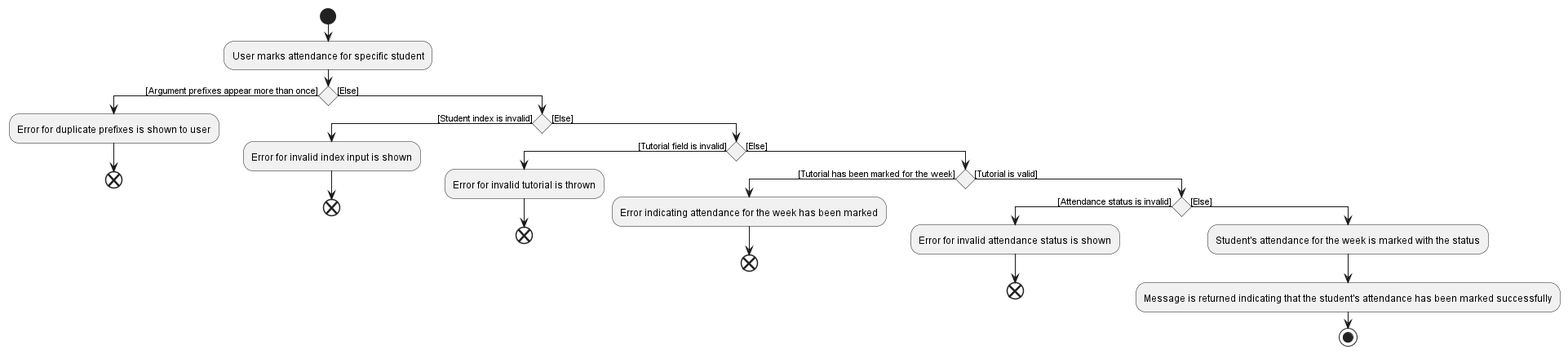
Above: docs/images/MarkAttendanceActivityDiagram.png in proto-aiken-13/tp (PlantUML), before the change.
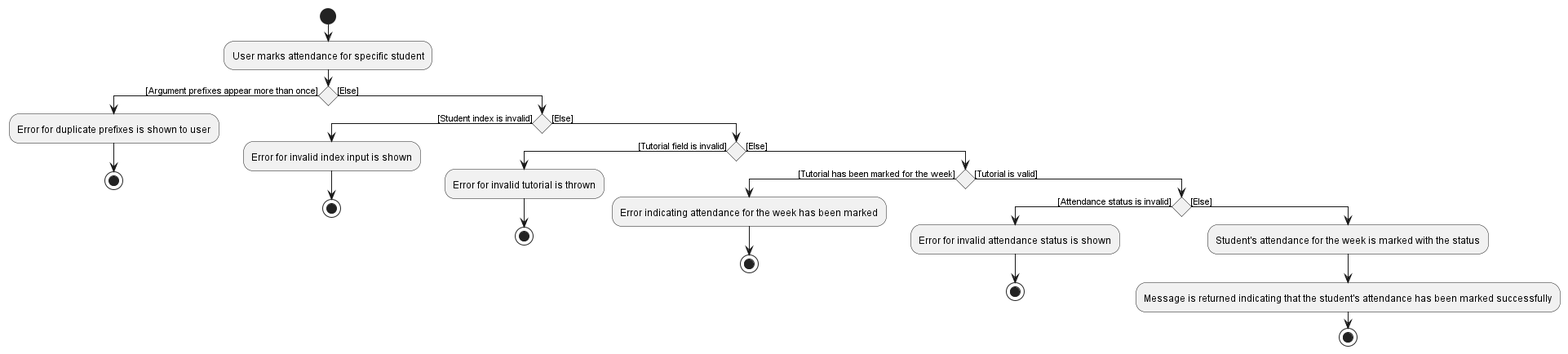
Later version of the same file.

Commit message:
Fix DG Activity Diagram

The edit, as a diff of the source:
```diff
@@ -4,23 +4,23 @@
 :User marks attendance for specific student;
 if () then ([Argument prefixes appear more than once])
     :Error for duplicate prefixes is shown to user;
-    end;
+    stop;
 else ([Else])
     if () then ([Student index is invalid])
         :Error for invalid index input is shown;
-        end;
+        stop;
     else ([Else])
         if () then ([Tutorial field is invalid])
             :Error for invalid tutorial is thrown;
-            end;
+            stop;
         else ([Else])
             if () then ([Tutorial has been marked for the week])
                 :Error indicating attendance for the week has been marked;
-                end;
+                stop;
             else ([Tutorial is valid])
                 if () then ([Attendance status is invalid])
                     :Error for invalid attendance status is shown;
-                    end;
+                    stop;
                 else ([Else])
                     :Student's attendance for the week is marked with the status;
                     :Message is returned indicating that the student's attendance has been marked successfully;
```
